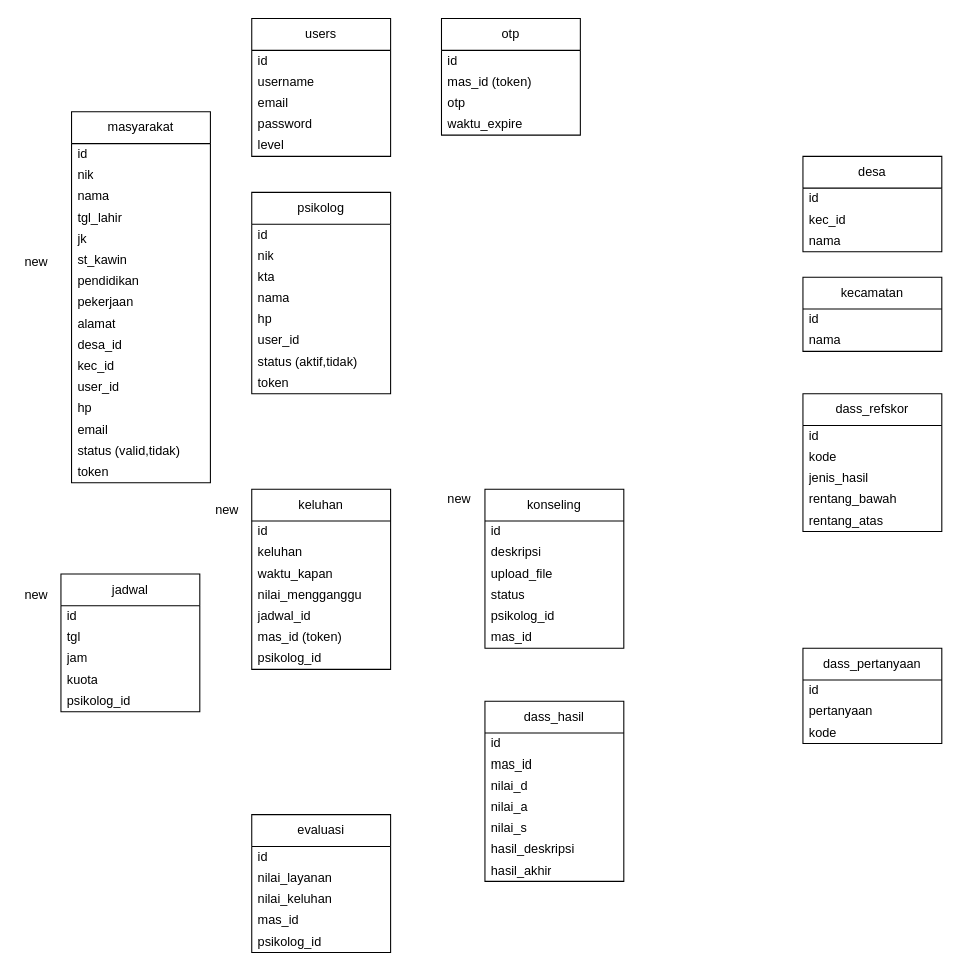
Above: env_designs/erd_dmb.drawio in zeneight/drawio (draw.io), before the change. Source tidied: cells renumbered, new cells numbered last; positions are measured from the earlier drawing's top-left corner, leaving out a move shared by most shapes. Both pictures are drawn from the tidied source at 106%, with x=0, y=0 at pixel (18, 18).
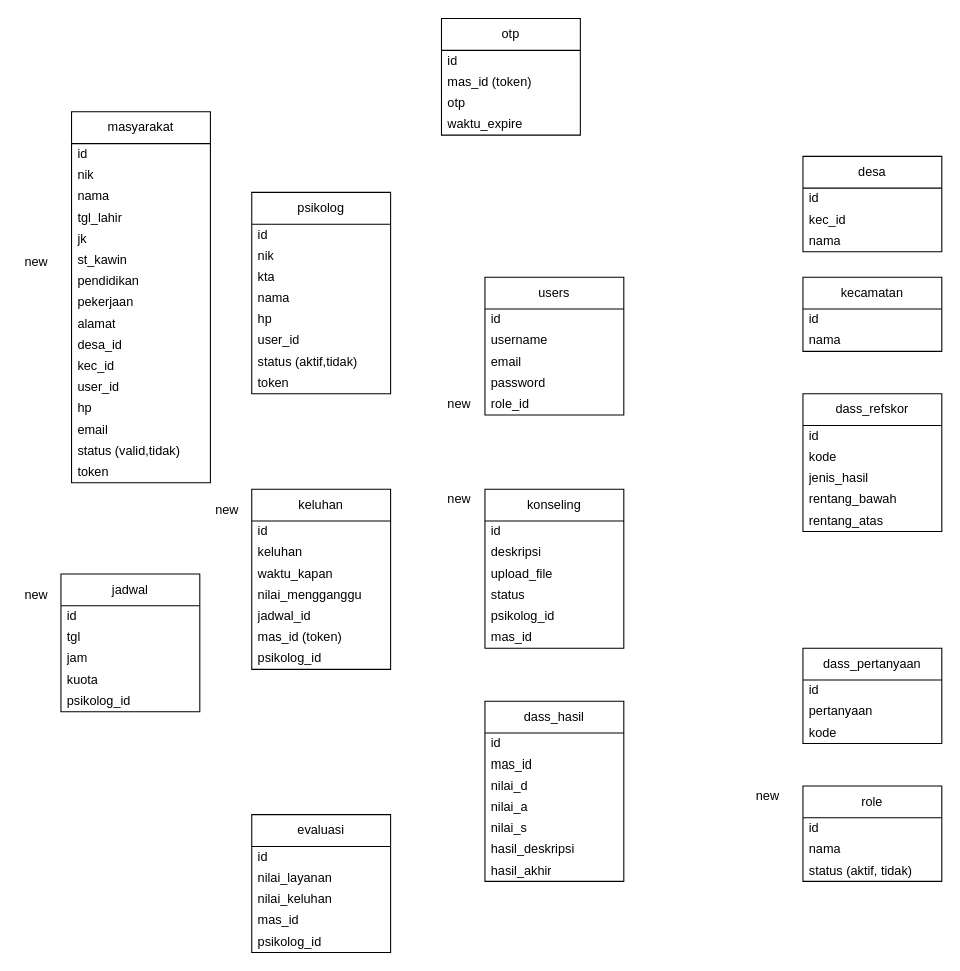
The same diagram, later.

What changed in the source:
```diff
@@
     <mxCell id="28" value="users" style="swimlane;fontStyle=0;horizontal=1;startSize=30;whiteSpace=wrap;html=1;" parent="1" vertex="1">
-      <mxGeometry x="220" width="131" height="130" as="geometry" />
+      <mxGeometry x="440" y="244" width="131" height="130" as="geometry" />
     </mxCell>
@@
-    <mxCell id="33" value="level" style="text;strokeColor=none;fillColor=none;align=left;verticalAlign=middle;spacingLeft=4;spacingRight=4;overflow=hidden;whiteSpace=wrap;html=1;" parent="28" vertex="1">
+    <mxCell id="33" value="role_id" style="text;strokeColor=none;fillColor=none;align=left;verticalAlign=middle;spacingLeft=4;spacingRight=4;overflow=hidden;whiteSpace=wrap;html=1;" parent="28" vertex="1">
       <mxGeometry y="110" width="131" height="20" as="geometry" />
     </mxCell>
@@
+    <mxCell id="95" value="role" style="swimlane;fontStyle=0;horizontal=1;startSize=30;whiteSpace=wrap;html=1;" parent="1" vertex="1">
+      <mxGeometry x="740" y="724" width="131" height="90" as="geometry" />
+    </mxCell>
+    <mxCell id="96" value="id" style="text;strokeColor=none;fillColor=none;align=left;verticalAlign=middle;spacingLeft=4;spacingRight=4;overflow=hidden;whiteSpace=wrap;html=1;" parent="95" vertex="1">
+      <mxGeometry y="30" width="131" height="20" as="geometry" />
+    </mxCell>
+    <mxCell id="97" value="nama" style="text;strokeColor=none;fillColor=none;align=left;verticalAlign=middle;spacingLeft=4;spacingRight=4;overflow=hidden;whiteSpace=wrap;html=1;" parent="95" vertex="1">
+      <mxGeometry y="50" width="131" height="20" as="geometry" />
+    </mxCell>
+    <mxCell id="98" value="status (aktif, tidak)" style="text;strokeColor=none;fillColor=none;align=left;verticalAlign=middle;spacingLeft=4;spacingRight=4;overflow=hidden;whiteSpace=wrap;html=1;" parent="95" vertex="1">
+      <mxGeometry y="70" width="131" height="20" as="geometry" />
+    </mxCell>
+    <mxCell id="99" value="new" style="text;strokeColor=none;fillColor=none;align=left;verticalAlign=middle;spacingLeft=4;spacingRight=4;overflow=hidden;whiteSpace=wrap;html=1;" parent="1" vertex="1">
+      <mxGeometry x="690" y="724" width="50" height="20" as="geometry" />
+    </mxCell>
+    <mxCell id="100" value="new" style="text;strokeColor=none;fillColor=none;align=left;verticalAlign=middle;spacingLeft=4;spacingRight=4;overflow=hidden;whiteSpace=wrap;html=1;" parent="1" vertex="1">
+      <mxGeometry x="399" y="354" width="50" height="20" as="geometry" />
+    </mxCell>
```
